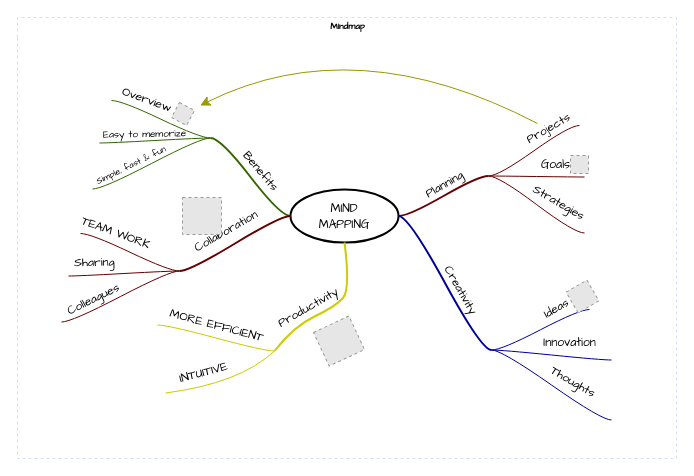
Earlier version of the draw.io diagram try_思维导图.drawio (tyro-li/hello). Source tidied: cells renumbered, new cells numbered last; positions are measured from the earlier drawing's top-left corner, leaving out a move shared by most shapes. Both pictures are drawn from the tidied source at 100%, with x=0, y=0 at pixel (17, 17). Pictures stored in the file or linked from it are replaced by grey dashed boxes.
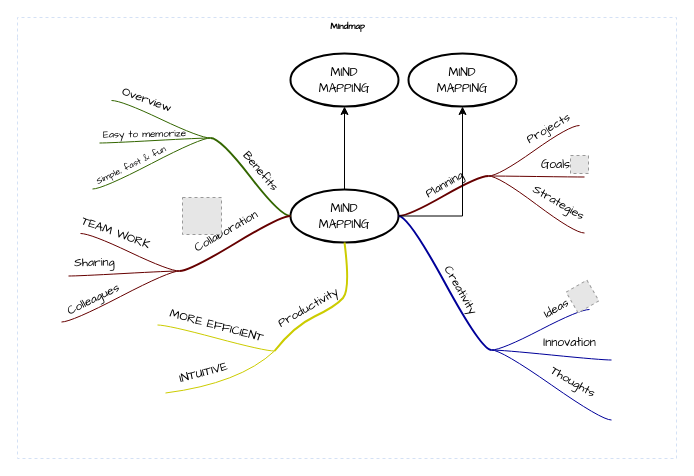
Above is the later version.

Commit message:
更新try_思维导图.drawio

Unchanged cells that the change refers to:
```xml
<mxCell id="2" value="Mindmap" style="swimlane;html=1;startSize=20;horizontal=1;containerType=tree;labelBackgroundColor=none;strokeColor=#D4E1F5;strokeWidth=1;fillColor=none;fontFamily=Comic Sans MS;fontSize=9;swimlaneLine=0;dashed=1;" parent="1" vertex="1">
  <mxGeometry width="659" height="441" as="geometry" />
</mxCell>
<mxCell id="3" value="&lt;font face=&quot;Comic Sans MS&quot;&gt;MIND&lt;br&gt;MAPPING&lt;/font&gt;" style="ellipse;whiteSpace=wrap;html=1;align=center;strokeWidth=2;" parent="2" vertex="1">
  <mxGeometry x="273" y="172" width="108" height="53" as="geometry" />
</mxCell>
<mxCell id="9" value="Projects" style="text;html=1;points=[];align=center;verticalAlign=middle;labelBackgroundColor=none;fontFamily=Comic Sans MS;rotation=-30;" parent="8" vertex="1">
  <mxGeometry x="0.26" relative="1" as="geometry">
    <mxPoint x="3" y="-14" as="offset" />
  </mxGeometry>
</mxCell>
<mxCell id="32" style="whiteSpace=wrap;html=1;rounded=1;arcSize=50;align=center;verticalAlign=middle;strokeWidth=1;spacing=4;" parent="2" vertex="1">
  <mxGeometry x="193" y="120" height="1" as="geometry" />
</mxCell>
<mxCell id="61" style="whiteSpace=wrap;html=1;rounded=1;arcSize=50;align=center;verticalAlign=middle;strokeWidth=1;spacing=4;" parent="2" vertex="1">
  <mxGeometry x="257" y="333" height="1" as="geometry" />
</mxCell>
```

What changed in the source:
```diff
@@
-    <mxCell id="44" style="fillColor=#E6E6E6;strokeColor=#999999;dashed=1;html=1;verticalAlign=top;verticalLabelPosition=bottom;labelBackgroundColor=#ffffff;fontFamily=Comic Sans MS;fontSize=10;rotation=28;" parent="2" vertex="1">
-      <mxGeometry x="157" y="88" width="17" height="17" as="geometry" />
-    </mxCell>
-    <mxCell id="45" style="endArrow=classic;html=1;curved=1;sourcePerimeterSpacing=10;strokeColor=#999900;targetPerimeterSpacing=7;rounded=0;fontSize=12;startSize=8;endSize=8;" parent="2" edge="1" source="9" target="44">
-      <mxGeometry relative="1" as="geometry">
-        <Array as="points">
-          <mxPoint x="338" y="11" />
-        </Array>
-      </mxGeometry>
-    </mxCell>
-    <mxCell id="46" style="jumpStyle=arc;html=1;endArrow=classicThin;endFill=1;jettySize=auto;strokeColor=none;strokeWidth=2;fontFamily=Comic Sans MS;fontSize=10;rounded=0;startSize=8;endSize=8;curved=1;" parent="2" edge="1" source="32" target="44">
-      <mxGeometry relative="1" as="geometry" />
+    <mxCell id="46" style="jumpStyle=arc;html=1;endArrow=classicThin;endFill=1;jettySize=auto;strokeColor=none;strokeWidth=2;fontFamily=Comic Sans MS;fontSize=10;rounded=0;startSize=8;endSize=8;curved=1;" parent="2" edge="1" source="32">
+      <mxGeometry relative="1" as="geometry">
+        <mxPoint x="172.1" y="102.2" as="targetPoint" />
+      </mxGeometry>
     </mxCell>
@@
-    <mxCell id="70" style="fillColor=#E6E6E6;strokeColor=#999999;dashed=1;html=1;verticalAlign=top;verticalLabelPosition=bottom;labelBackgroundColor=#ffffff;fontFamily=Comic Sans MS;fontSize=12;fontColor=#000000;align=center;rotation=-25;" parent="2" vertex="1">
-      <mxGeometry x="302" y="305" width="39" height="37" as="geometry" />
-    </mxCell>
-    <mxCell id="71" style="edgeStyle=none;jumpStyle=arc;html=1;entryX=0.5;entryY=1;entryPerimeter=0;endArrow=classicThin;endFill=1;jettySize=auto;strokeColor=none;strokeWidth=2;fontFamily=Comic Sans MS;fontSize=12;rounded=0;startSize=8;endSize=8;curved=1;" parent="2" edge="1" source="61" target="70">
-      <mxGeometry relative="1" as="geometry" />
-    </mxCell>
+    <mxCell id="72" style="edgeStyle=orthogonalEdgeStyle;rounded=0;jettySize=auto;html=1;" parent="2" edge="1" source="3" target="73">
+      <mxGeometry relative="1" as="geometry" />
+    </mxCell>
+    <mxCell id="73" value="&lt;font face=&quot;Comic Sans MS&quot;&gt;MIND&lt;br&gt;MAPPING&lt;/font&gt;" style="ellipse;whiteSpace=wrap;html=1;align=center;strokeWidth=2;" parent="2" vertex="1">
+      <mxGeometry x="273" y="36" width="108" height="53" as="geometry" />
+    </mxCell>
+    <mxCell id="74" style="edgeStyle=orthogonalEdgeStyle;rounded=0;jettySize=auto;html=1;" parent="2" edge="1" source="3" target="75">
+      <mxGeometry relative="1" as="geometry" />
+    </mxCell>
+    <mxCell id="75" value="&lt;font face=&quot;Comic Sans MS&quot;&gt;MIND&lt;br&gt;MAPPING&lt;/font&gt;" style="ellipse;whiteSpace=wrap;html=1;align=center;strokeWidth=2;" parent="2" vertex="1">
+      <mxGeometry x="391" y="36" width="108" height="53" as="geometry" />
+    </mxCell>
```
